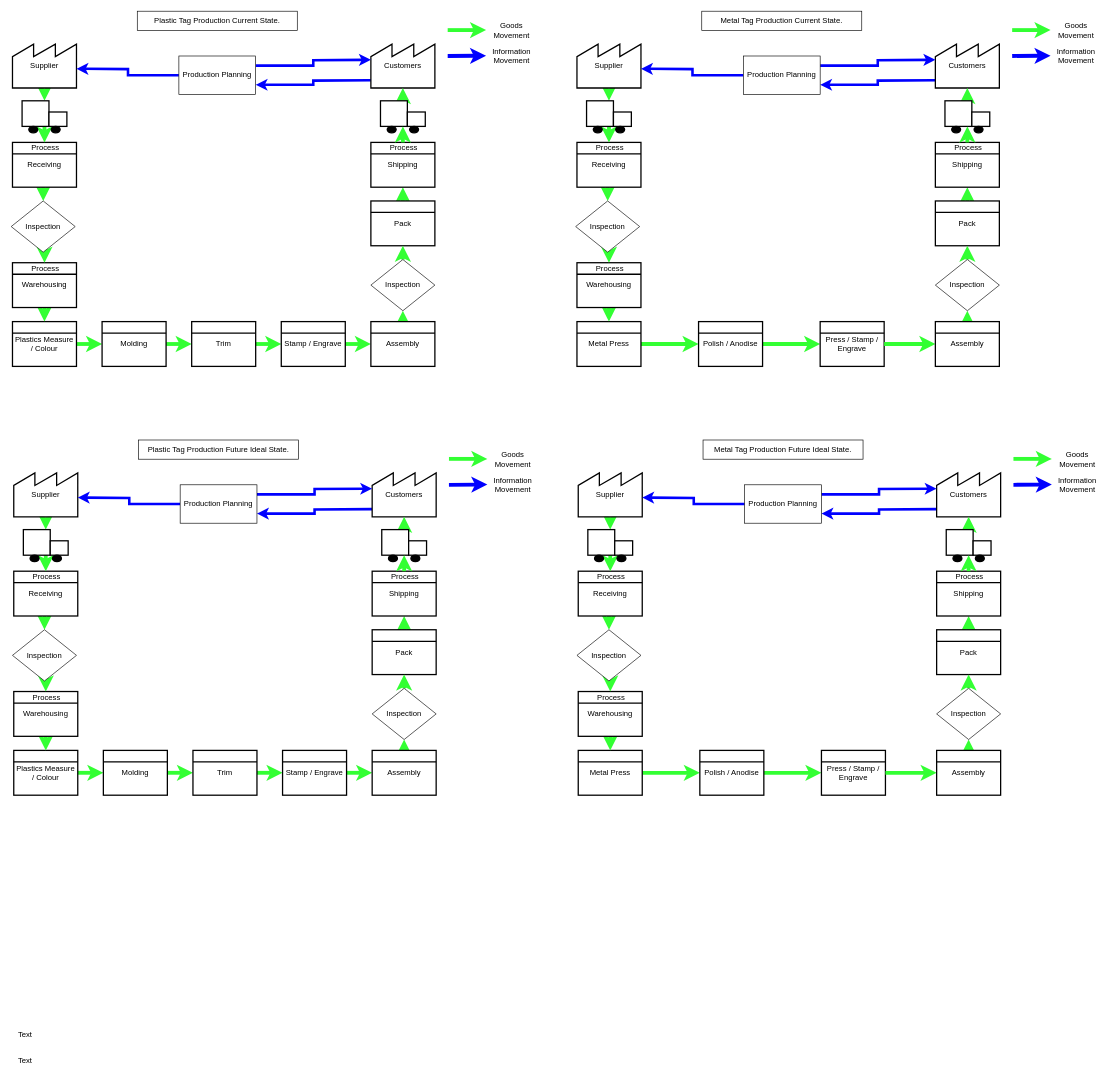
The draw.io diagram Untitled Diagram2.drawio in BertieHarte/Drawings, before the edit. Source tidied: cells renumbered, new cells numbered last; positions are measured from the earlier drawing's top-left corner, leaving out a move shared by most shapes. Both pictures are drawn from the tidied source at 64%, with x=0, y=0 at pixel (11, 11).
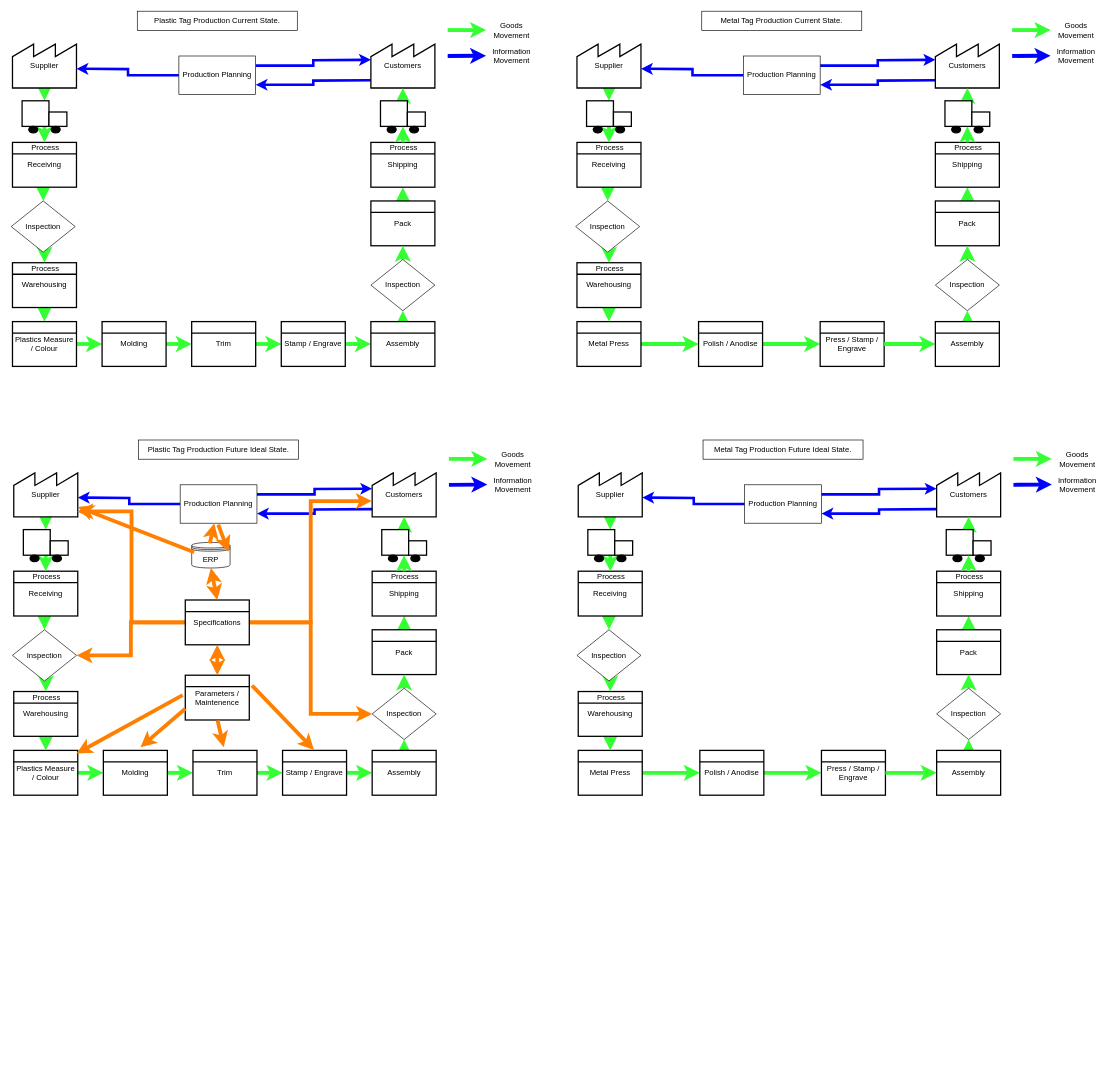
After the change.

Unchanged cells that the change refers to:
```xml
<mxCell id="87" value="Supplier" style="strokeWidth=2;html=1;shape=mxgraph.lean_mapping.outside_sources;whiteSpace=wrap;align=center;" parent="1" vertex="1">
  <mxGeometry x="4" y="720" width="100" height="70" as="geometry" />
</mxCell>
<mxCell id="89" value="Customers" style="strokeWidth=2;html=1;shape=mxgraph.lean_mapping.outside_sources;whiteSpace=wrap;align=center;" parent="1" vertex="1">
  <mxGeometry x="564" y="720" width="100" height="70" as="geometry" />
</mxCell>
<mxCell id="91" value="Plastics Measure / Colour" style="strokeWidth=2;html=1;shape=mxgraph.lean_mapping.manufacturing_process;fontSize=12;verticalAlign=middle;html=1;align=center;whiteSpace=wrap;" parent="1" vertex="1">
  <mxGeometry x="4" y="1155" width="100" height="70" as="geometry" />
</mxCell>
<mxCell id="94" value="Production Planning" style="rounded=0;whiteSpace=wrap;html=1;" parent="1" vertex="1">
  <mxGeometry x="264" y="740" width="120" height="60" as="geometry" />
</mxCell>
<mxCell id="105" value="Inspection" style="rhombus;whiteSpace=wrap;html=1;" parent="1" vertex="1">
  <mxGeometry x="2" y="966.5" width="100" height="80" as="geometry" />
</mxCell>
<mxCell id="111" value="Stamp / Engrave" style="strokeWidth=2;html=1;shape=mxgraph.lean_mapping.manufacturing_process;fontSize=12;verticalAlign=middle;html=1;align=center;whiteSpace=wrap;" parent="1" vertex="1">
  <mxGeometry x="424" y="1155" width="100" height="70" as="geometry" />
</mxCell>
<mxCell id="117" value="Inspection" style="rhombus;whiteSpace=wrap;html=1;" parent="1" vertex="1">
  <mxGeometry x="564" y="1058" width="100" height="80" as="geometry" />
</mxCell>
```

What changed in the source:
```diff
@@
-    <mxCell id="42" value="Text" style="text;html=1;strokeColor=none;fillColor=none;align=center;verticalAlign=middle;whiteSpace=wrap;rounded=0;" parent="1" vertex="1">
-      <mxGeometry x="2" y="1590" width="40" height="20" as="geometry" />
-    </mxCell>
-    <mxCell id="43" value="Text" style="text;html=1;strokeColor=none;fillColor=none;align=center;verticalAlign=middle;whiteSpace=wrap;rounded=0;" parent="1" vertex="1">
-      <mxGeometry x="2" y="1630" width="40" height="20" as="geometry" />
-    </mxCell>
@@
+    <mxCell id="168" value="ERP" style="shape=datastore;whiteSpace=wrap;html=1;" parent="1" vertex="1">
+      <mxGeometry x="282" y="830" width="60" height="40" as="geometry" />
+    </mxCell>
+    <mxCell id="169" style="edgeStyle=orthogonalEdgeStyle;rounded=0;jettySize=auto;html=1;exitX=0;exitY=0.5;exitDx=0;exitDy=0;entryX=1;entryY=0.5;entryDx=0;entryDy=0;strokeColor=#FF8000;strokeWidth=6;" parent="1" edge="1" source="173" target="105">
+      <mxGeometry relative="1" as="geometry" />
+    </mxCell>
+    <mxCell id="170" style="edgeStyle=orthogonalEdgeStyle;rounded=0;jettySize=auto;html=1;exitX=1;exitY=0.5;exitDx=0;exitDy=0;entryX=0;entryY=0.5;entryDx=0;entryDy=0;strokeColor=#FF8000;strokeWidth=6;" parent="1" edge="1" source="173" target="117">
+      <mxGeometry relative="1" as="geometry" />
+    </mxCell>
+    <mxCell id="171" style="edgeStyle=orthogonalEdgeStyle;rounded=0;jettySize=auto;html=1;exitX=0;exitY=0.5;exitDx=0;exitDy=0;entryX=0.992;entryY=0.879;entryDx=0;entryDy=0;entryPerimeter=0;strokeColor=#FF8000;strokeWidth=6;" parent="1" edge="1" source="173" target="87">
+      <mxGeometry relative="1" as="geometry" />
+    </mxCell>
+    <mxCell id="172" style="edgeStyle=orthogonalEdgeStyle;rounded=0;jettySize=auto;html=1;exitX=1;exitY=0.5;exitDx=0;exitDy=0;entryX=-0.005;entryY=0.65;entryDx=0;entryDy=0;entryPerimeter=0;strokeColor=#FF8000;strokeWidth=6;" parent="1" edge="1" source="173" target="89">
+      <mxGeometry relative="1" as="geometry" />
+    </mxCell>
+    <mxCell id="173" value="Specifications" style="strokeWidth=2;html=1;shape=mxgraph.lean_mapping.manufacturing_process;fontSize=12;verticalAlign=middle;html=1;align=center;whiteSpace=wrap;" parent="1" vertex="1">
+      <mxGeometry x="272" y="920" width="100" height="70" as="geometry" />
+    </mxCell>
+    <mxCell id="174" value="Parameters / Maintenence" style="strokeWidth=2;html=1;shape=mxgraph.lean_mapping.manufacturing_process;fontSize=12;verticalAlign=middle;html=1;align=center;whiteSpace=wrap;" parent="1" vertex="1">
+      <mxGeometry x="272" y="1037.5" width="100" height="70" as="geometry" />
+    </mxCell>
+    <mxCell id="175" style="endArrow=classic;startArrow=classic;html=1;strokeColor=#FF8000;strokeWidth=6;entryX=0.5;entryY=1;entryDx=0;entryDy=0;exitX=0.5;exitY=0;exitDx=0;exitDy=0;" parent="1" edge="1" source="173" target="168">
+      <mxGeometry relative="1" as="geometry" />
+    </mxCell>
+    <mxCell id="176" style="endArrow=classic;startArrow=classic;html=1;strokeColor=#FF8000;strokeWidth=6;entryX=0.5;entryY=1;entryDx=0;entryDy=0;exitX=0.5;exitY=0;exitDx=0;exitDy=0;" parent="1" edge="1" source="174" target="173">
+      <mxGeometry relative="1" as="geometry" />
+    </mxCell>
+    <mxCell id="177" style="endArrow=classic;html=1;strokeColor=#FF8000;strokeWidth=6;entryX=0.98;entryY=0.071;entryDx=0;entryDy=0;entryPerimeter=0;exitX=-0.041;exitY=0.444;exitDx=0;exitDy=0;exitPerimeter=0;" parent="1" edge="1" source="174" target="91">
+      <mxGeometry relative="1" as="geometry" />
+    </mxCell>
+    <mxCell id="178" style="endArrow=classic;html=1;strokeColor=#FF8000;strokeWidth=6;exitX=0;exitY=0.75;exitDx=0;exitDy=0;exitPerimeter=0;" parent="1" edge="1" source="174">
+      <mxGeometry relative="1" as="geometry">
+        <mxPoint x="202" y="1150" as="targetPoint" />
+      </mxGeometry>
+    </mxCell>
+    <mxCell id="179" style="endArrow=classic;html=1;strokeColor=#FF8000;strokeWidth=6;exitX=0.064;exitY=0.388;exitDx=0;exitDy=0;exitPerimeter=0;" parent="1" edge="1" source="168" target="87">
+      <mxGeometry relative="1" as="geometry" />
+    </mxCell>
+    <mxCell id="180" style="endArrow=classic;html=1;strokeColor=#FF8000;strokeWidth=6;exitX=0.472;exitY=0.035;exitDx=0;exitDy=0;exitPerimeter=0;" parent="1" edge="1" source="168" target="94">
+      <mxGeometry relative="1" as="geometry" />
+    </mxCell>
+    <mxCell id="181" style="endArrow=classic;html=1;strokeColor=#FF8000;strokeWidth=6;exitX=0.496;exitY=1.037;exitDx=0;exitDy=0;exitPerimeter=0;entryX=0.958;entryY=0.365;entryDx=0;entryDy=0;entryPerimeter=0;" parent="1" edge="1" source="94" target="168">
+      <mxGeometry relative="1" as="geometry" />
+    </mxCell>
+    <mxCell id="182" style="endArrow=classic;html=1;strokeColor=#FF8000;strokeWidth=6;entryX=0.491;entryY=-0.011;entryDx=0;entryDy=0;entryPerimeter=0;exitX=1.042;exitY=0.229;exitDx=0;exitDy=0;exitPerimeter=0;" parent="1" edge="1" source="174" target="111">
+      <mxGeometry relative="1" as="geometry" />
+    </mxCell>
+    <mxCell id="183" style="endArrow=classic;html=1;strokeColor=#FF8000;strokeWidth=6;exitX=0.505;exitY=1.009;exitDx=0;exitDy=0;exitPerimeter=0;" parent="1" edge="1" source="174">
+      <mxGeometry relative="1" as="geometry">
+        <mxPoint x="332" y="1150" as="targetPoint" />
+      </mxGeometry>
+    </mxCell>
```
